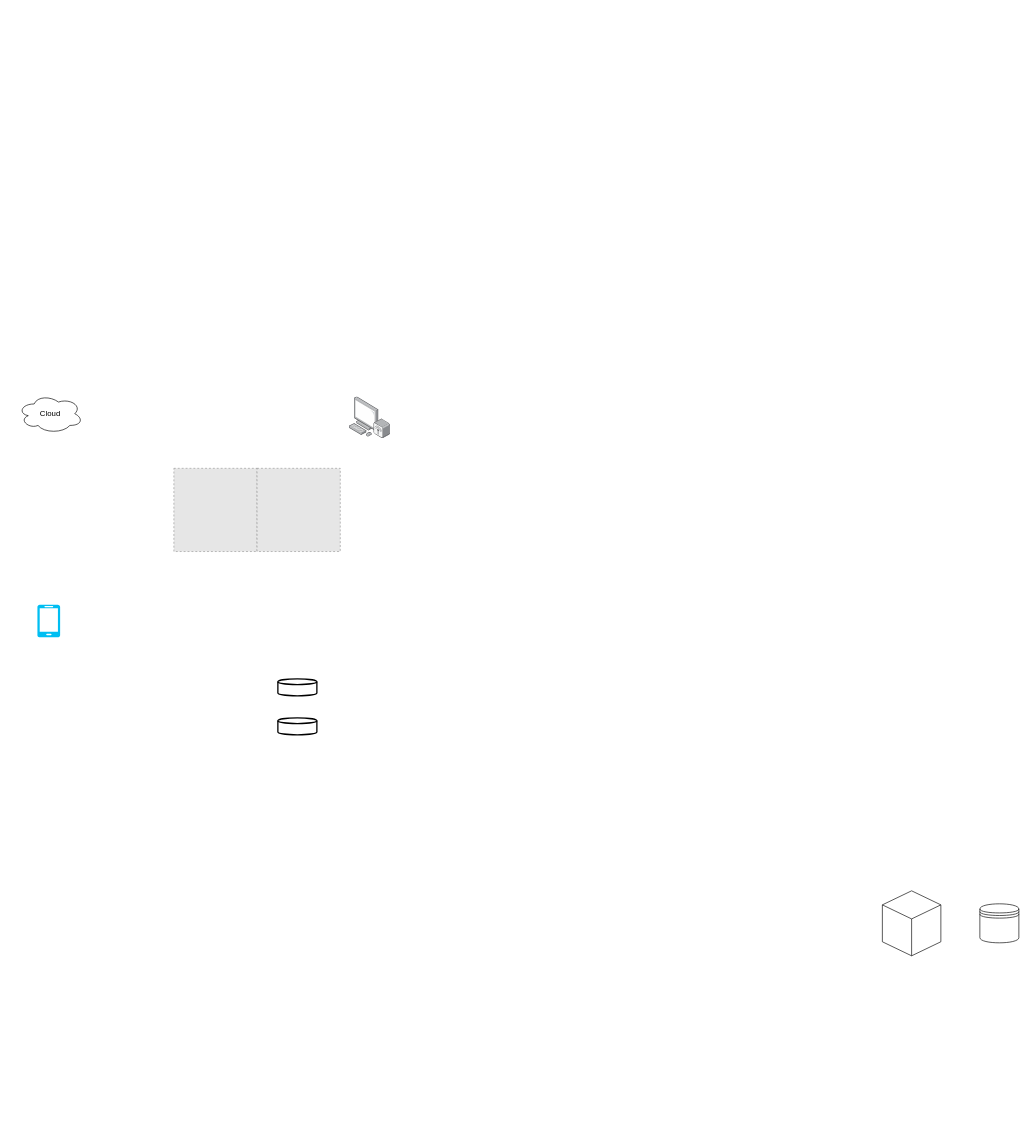
Before: Diagrama sem nome.drawio in cedriccp/ARQUITETURAS, a draw.io diagram. Source tidied: cells renumbered, new cells numbered last; positions are measured from the earlier drawing's top-left corner, leaving out a move shared by most shapes. Both pictures are drawn from the tidied source at 65%, with x=0, y=0 at pixel (18, 394). Pictures stored in the file or linked from it are replaced by grey dashed boxes.
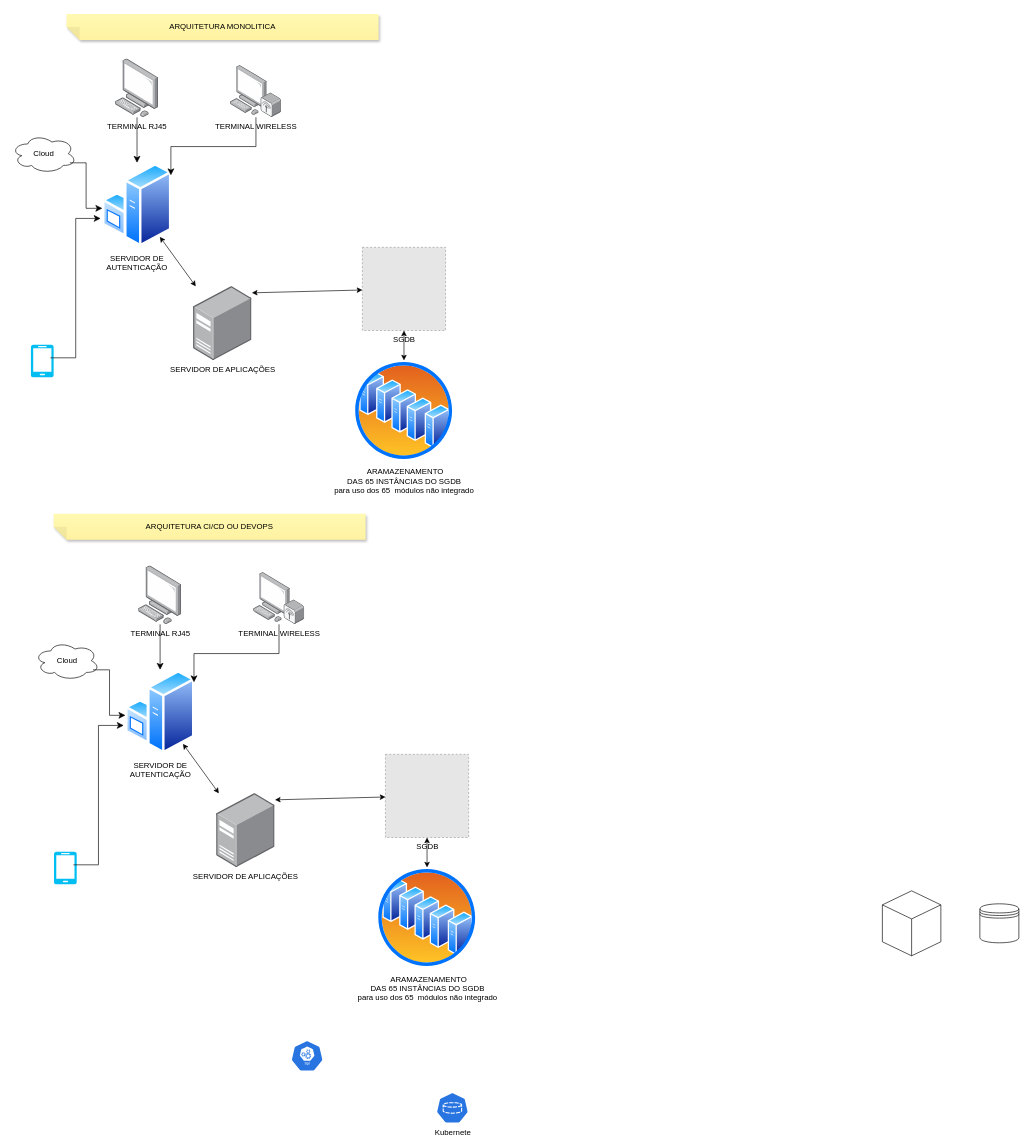
The same diagram, later.

Change to the diagram source:
```diff
@@
     <mxCell id="4" value="Cloud" style="ellipse;shape=cloud;whiteSpace=wrap;html=1;align=center;" parent="1" vertex="1">
-      <mxGeometry width="100" height="60" as="geometry" />
+      <mxGeometry x="-10" y="-400" width="100" height="60" as="geometry" />
     </mxCell>
-    <mxCell id="5" style="edgeStyle=elbowEdgeStyle;elbow=horizontal;endArrow=classic;html=1;curved=0;rounded=0;endSize=8;startSize=8;" parent="1" edge="1">
-      <mxGeometry relative="1" as="geometry">
-        <mxPoint x="340" y="177.5" as="sourcePoint" />
-        <mxPoint x="390" y="177.5" as="targetPoint" />
-      </mxGeometry>
-    </mxCell>
     <mxCell id="6" style="verticalLabelPosition=bottom;html=1;verticalAlign=top;align=center;strokeColor=none;fillColor=#00BEF2;shape=mxgraph.azure.mobile;" parent="1" vertex="1">
-      <mxGeometry x="30" y="324" width="35" height="50" as="geometry" />
+      <mxGeometry x="20" y="-76" width="35" height="50" as="geometry" />
     </mxCell>
-    <mxCell id="7" style="html=1;align=center;shadow=0;dashed=0;image;image=img/lib/allied_telesis/computer_and_terminals/Personal_Computer_Wireless.svg;" parent="1" vertex="1">
-      <mxGeometry x="510" y="4" width="63" height="64.2" as="geometry" />
-    </mxCell>
-    <mxCell id="8" style="fillColor=#E6E6E6;strokeColor=#999999;dashed=1;html=1;verticalAlign=top;verticalLabelPosition=bottom;labelBackgroundColor=#ffffff;" parent="1" vertex="1">
-      <mxGeometry x="240" y="114" width="128" height="128" as="geometry" />
+    <mxCell id="8" value="SGDB" style="fillColor=#E6E6E6;strokeColor=#999999;dashed=1;html=1;verticalAlign=top;verticalLabelPosition=bottom;labelBackgroundColor=#ffffff;" parent="1" vertex="1">
+      <mxGeometry x="530" y="-226" width="128" height="128" as="geometry" />
     </mxCell>
-    <mxCell id="9" style="strokeWidth=2;html=1;shape=mxgraph.flowchart.database;whiteSpace=wrap;" parent="1" vertex="1">
-      <mxGeometry x="400" y="438" width="60" height="26" as="geometry" />
-    </mxCell>
-    <mxCell id="10" style="strokeWidth=2;html=1;shape=mxgraph.flowchart.database;whiteSpace=wrap;" parent="1" vertex="1">
-      <mxGeometry x="400" y="498" width="60" height="26" as="geometry" />
-    </mxCell>
-    <mxCell id="11" style="fillColor=#E6E6E6;strokeColor=#999999;dashed=1;html=1;verticalAlign=top;verticalLabelPosition=bottom;labelBackgroundColor=#ffffff;" parent="1" vertex="1">
-      <mxGeometry x="368" y="114" width="128" height="128" as="geometry" />
-    </mxCell>
+    <mxCell id="12" style="edgeStyle=elbowEdgeStyle;elbow=horizontal;endArrow=classic;html=1;curved=0;rounded=0;endSize=8;startSize=8;entryX=-0.024;entryY=0.658;entryDx=0;entryDy=0;entryPerimeter=0;" parent="1" edge="1" target="14">
+      <mxGeometry relative="1" as="geometry">
+        <mxPoint x="50" y="-56" as="sourcePoint" />
+      </mxGeometry>
+    </mxCell>
+    <mxCell id="13" style="edgeStyle=elbowEdgeStyle;elbow=horizontal;endArrow=classic;html=1;curved=0;rounded=0;endSize=8;startSize=8;entryX=0;entryY=0.156;entryDx=0;entryDy=0;entryPerimeter=0;" parent="1" edge="1">
+      <mxGeometry relative="1" as="geometry">
+        <mxPoint x="80" y="-356" as="sourcePoint" />
+        <mxPoint x="130" y="-286" as="targetPoint" />
+      </mxGeometry>
+    </mxCell>
+    <mxCell id="14" value="SERVIDOR DE &lt;br&gt;AUTENTICAÇÃO" style="perimeter=ellipsePerimeter;html=1;align=center;shadow=0;dashed=0;spacingTop=3;image;image=img/lib/active_directory/windows_server.svg;" parent="1" vertex="1">
+      <mxGeometry x="130" y="-356" width="106.6" height="130" as="geometry" />
+    </mxCell>
+    <mxCell id="15" value="TERMINAL RJ45" style="points=[];html=1;align=center;shadow=0;dashed=0;image;image=img/lib/allied_telesis/computer_and_terminals/Personal_Computer.svg;" parent="1" vertex="1">
+      <mxGeometry x="150" y="-516" width="66.4" height="90" as="geometry" />
+    </mxCell>
+    <mxCell id="16" value="TERMINAL WIRELESS" style="points=[];html=1;align=center;shadow=0;dashed=0;image;image=img/lib/allied_telesis/computer_and_terminals/Personal_Computer_Wireless.svg;" parent="1" vertex="1">
+      <mxGeometry x="327" y="-506" width="78.5" height="80" as="geometry" />
+    </mxCell>
+    <mxCell id="17" style="edgeStyle=elbowEdgeStyle;elbow=horizontal;endArrow=classic;html=1;curved=0;rounded=0;endSize=8;startSize=8;" parent="1" edge="1" source="15" target="14">
+      <mxGeometry relative="1" as="geometry">
+        <Array as="points">
+          <mxPoint x="180" y="-346" />
+        </Array>
+      </mxGeometry>
+    </mxCell>
+    <mxCell id="18" style="edgeStyle=elbowEdgeStyle;elbow=vertical;endArrow=classic;html=1;curved=0;rounded=0;endSize=8;startSize=8;entryX=0.989;entryY=0.148;entryDx=0;entryDy=0;entryPerimeter=0;" parent="1" edge="1" source="16" target="14">
+      <mxGeometry relative="1" as="geometry" />
+    </mxCell>
+    <mxCell id="19" style="endArrow=classic;startArrow=classic;html=1;rounded=0;" parent="1" edge="1" source="14" target="22">
+      <mxGeometry relative="1" as="geometry" />
+    </mxCell>
+    <mxCell id="20" style="endArrow=classic;startArrow=classic;html=1;rounded=0;" parent="1" edge="1" source="8" target="21">
+      <mxGeometry relative="1" as="geometry" />
+    </mxCell>
+    <mxCell id="21" value="&amp;nbsp;ARAMAZENAMENTO&lt;br style=&quot;border-color: var(--border-color);&quot;&gt;DAS 65 INSTÂNCIAS DO SGDB&lt;br style=&quot;border-color: var(--border-color);&quot;&gt;para uso dos 65&amp;nbsp; módulos não integrado" style="perimeter=ellipsePerimeter;html=1;align=center;shadow=0;dashed=0;spacingTop=3;image;image=img/lib/active_directory/server_farm.svg;" parent="1" vertex="1">
+      <mxGeometry x="516.5" y="-52" width="155" height="155" as="geometry" />
+    </mxCell>
+    <mxCell id="22" value="SERVIDOR DE APLICAÇÕES" style="points=[];html=1;align=center;shadow=0;dashed=0;image;image=img/lib/allied_telesis/computer_and_terminals/Server_Desktop.svg;" parent="1" vertex="1">
+      <mxGeometry x="270" y="-166" width="89.9" height="114" as="geometry" />
+    </mxCell>
+    <mxCell id="23" style="endArrow=classic;startArrow=classic;html=1;rounded=0;" parent="1" edge="1" target="8">
+      <mxGeometry relative="1" as="geometry">
+        <mxPoint x="360" y="-156" as="sourcePoint" />
+      </mxGeometry>
+    </mxCell>
+    <mxCell id="24" value="ARQUITETURA MONOLITICA" style="shape=note;whiteSpace=wrap;html=1;backgroundOutline=1;fontColor=#000000;darkOpacity=0.05;fillColor=#FFF9B2;strokeColor=none;fillStyle=solid;direction=west;gradientDirection=north;gradientColor=#FFF2A1;shadow=1;size=20;" parent="1" vertex="1">
+      <mxGeometry x="75" y="-585" width="480" height="40" as="geometry" />
+    </mxCell>
+    <mxCell id="25" value="ARQUITETURA CI/CD OU DEVOPS" style="shape=note;whiteSpace=wrap;html=1;backgroundOutline=1;fontColor=#000000;darkOpacity=0.05;fillColor=#FFF9B2;strokeColor=none;fillStyle=solid;direction=west;gradientDirection=north;gradientColor=#FFF2A1;shadow=1;size=20;" parent="1" vertex="1">
+      <mxGeometry x="55" y="184" width="480" height="40" as="geometry" />
+    </mxCell>
+    <mxCell id="26" value="Cloud" style="ellipse;shape=cloud;whiteSpace=wrap;html=1;align=center;" parent="1" vertex="1">
+      <mxGeometry x="25.5" y="380" width="100" height="60" as="geometry" />
+    </mxCell>
+    <mxCell id="27" style="verticalLabelPosition=bottom;html=1;verticalAlign=top;align=center;strokeColor=none;fillColor=#00BEF2;shape=mxgraph.azure.mobile;" parent="1" vertex="1">
+      <mxGeometry x="55.5" y="704" width="35" height="50" as="geometry" />
+    </mxCell>
+    <mxCell id="28" value="SGDB" style="fillColor=#E6E6E6;strokeColor=#999999;dashed=1;html=1;verticalAlign=top;verticalLabelPosition=bottom;labelBackgroundColor=#ffffff;" parent="1" vertex="1">
+      <mxGeometry x="565.5" y="554" width="128" height="128" as="geometry" />
+    </mxCell>
+    <mxCell id="29" style="edgeStyle=elbowEdgeStyle;elbow=horizontal;endArrow=classic;html=1;curved=0;rounded=0;endSize=8;startSize=8;entryX=-0.024;entryY=0.658;entryDx=0;entryDy=0;entryPerimeter=0;" parent="1" edge="1" target="31">
+      <mxGeometry relative="1" as="geometry">
+        <mxPoint x="85.5" y="724" as="sourcePoint" />
+      </mxGeometry>
+    </mxCell>
+    <mxCell id="30" style="edgeStyle=elbowEdgeStyle;elbow=horizontal;endArrow=classic;html=1;curved=0;rounded=0;endSize=8;startSize=8;entryX=0;entryY=0.156;entryDx=0;entryDy=0;entryPerimeter=0;" parent="1" edge="1">
+      <mxGeometry relative="1" as="geometry">
+        <mxPoint x="115.5" y="424" as="sourcePoint" />
+        <mxPoint x="165.5" y="494" as="targetPoint" />
+      </mxGeometry>
+    </mxCell>
+    <mxCell id="31" value="SERVIDOR DE &lt;br&gt;AUTENTICAÇÃO" style="perimeter=ellipsePerimeter;html=1;align=center;shadow=0;dashed=0;spacingTop=3;image;image=img/lib/active_directory/windows_server.svg;" parent="1" vertex="1">
+      <mxGeometry x="165.5" y="424" width="106.6" height="130" as="geometry" />
+    </mxCell>
+    <mxCell id="32" value="TERMINAL RJ45" style="points=[];html=1;align=center;shadow=0;dashed=0;image;image=img/lib/allied_telesis/computer_and_terminals/Personal_Computer.svg;" parent="1" vertex="1">
+      <mxGeometry x="185.5" y="264" width="66.4" height="90" as="geometry" />
+    </mxCell>
+    <mxCell id="33" value="TERMINAL WIRELESS" style="points=[];html=1;align=center;shadow=0;dashed=0;image;image=img/lib/allied_telesis/computer_and_terminals/Personal_Computer_Wireless.svg;" parent="1" vertex="1">
+      <mxGeometry x="362.5" y="274" width="78.5" height="80" as="geometry" />
+    </mxCell>
+    <mxCell id="34" style="edgeStyle=elbowEdgeStyle;elbow=horizontal;endArrow=classic;html=1;curved=0;rounded=0;endSize=8;startSize=8;" parent="1" edge="1" source="32" target="31">
+      <mxGeometry relative="1" as="geometry">
+        <Array as="points">
+          <mxPoint x="215.5" y="434" />
+        </Array>
+      </mxGeometry>
+    </mxCell>
+    <mxCell id="35" style="edgeStyle=elbowEdgeStyle;elbow=vertical;endArrow=classic;html=1;curved=0;rounded=0;endSize=8;startSize=8;entryX=0.989;entryY=0.148;entryDx=0;entryDy=0;entryPerimeter=0;" parent="1" edge="1" source="33" target="31">
+      <mxGeometry relative="1" as="geometry" />
+    </mxCell>
+    <mxCell id="36" style="endArrow=classic;startArrow=classic;html=1;rounded=0;" parent="1" edge="1" source="31" target="39">
+      <mxGeometry relative="1" as="geometry" />
+    </mxCell>
+    <mxCell id="37" style="endArrow=classic;startArrow=classic;html=1;rounded=0;" parent="1" edge="1" source="28" target="38">
+      <mxGeometry relative="1" as="geometry" />
+    </mxCell>
+    <mxCell id="38" value="&amp;nbsp;ARAMAZENAMENTO&lt;br style=&quot;border-color: var(--border-color);&quot;&gt;DAS 65 INSTÂNCIAS DO SGDB&lt;br style=&quot;border-color: var(--border-color);&quot;&gt;para uso dos 65&amp;nbsp; módulos não integrado" style="perimeter=ellipsePerimeter;html=1;align=center;shadow=0;dashed=0;spacingTop=3;image;image=img/lib/active_directory/server_farm.svg;" parent="1" vertex="1">
+      <mxGeometry x="552" y="728" width="155" height="155" as="geometry" />
+    </mxCell>
+    <mxCell id="39" value="SERVIDOR DE APLICAÇÕES" style="points=[];html=1;align=center;shadow=0;dashed=0;image;image=img/lib/allied_telesis/computer_and_terminals/Server_Desktop.svg;" parent="1" vertex="1">
+      <mxGeometry x="305.5" y="614" width="89.9" height="114" as="geometry" />
+    </mxCell>
+    <mxCell id="40" style="endArrow=classic;startArrow=classic;html=1;rounded=0;" parent="1" edge="1" target="28">
+      <mxGeometry relative="1" as="geometry">
+        <mxPoint x="395.5" y="624" as="sourcePoint" />
+      </mxGeometry>
+    </mxCell>
+    <mxCell id="41" value="Kubernete" style="sketch=0;html=1;dashed=0;whitespace=wrap;fillColor=#2875E2;strokeColor=#ffffff;verticalLabelPosition=bottom;align=center;verticalAlign=top;shape=mxgraph.kubernetes.icon;prIcon=pvc;" parent="1" vertex="1">
+      <mxGeometry x="643.5" y="1074" width="50" height="48" as="geometry" />
+    </mxCell>
+    <mxCell id="42" style="sketch=0;html=1;dashed=0;whitespace=wrap;fillColor=#2875E2;strokeColor=#ffffff;verticalLabelPosition=bottom;align=center;verticalAlign=top;shape=mxgraph.kubernetes.icon;prIcon=api;" parent="1" vertex="1">
+      <mxGeometry x="420" y="994" width="50" height="48" as="geometry" />
+    </mxCell>
```
